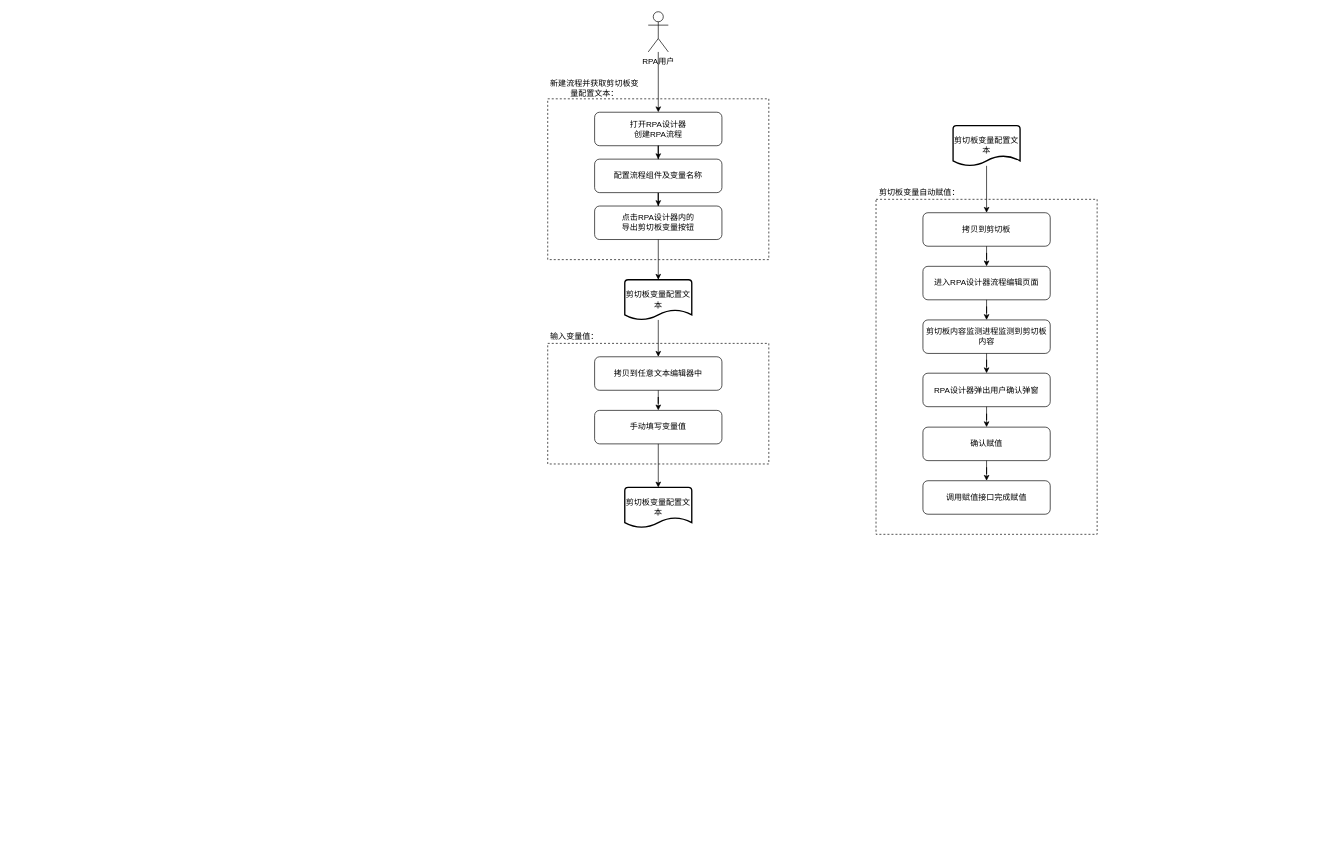
Earlier version of the draw.io diagram 剪切板快速赋值RPA流程变量实施例图.drawio (ColonelDarcy2018/excelsior). Source tidied: cells renumbered, new cells numbered last; positions are measured from the earlier drawing's top-left corner, leaving out a move shared by most shapes. Both pictures are drawn from the tidied source at 67%, with x=0, y=0 at pixel (547, 11).
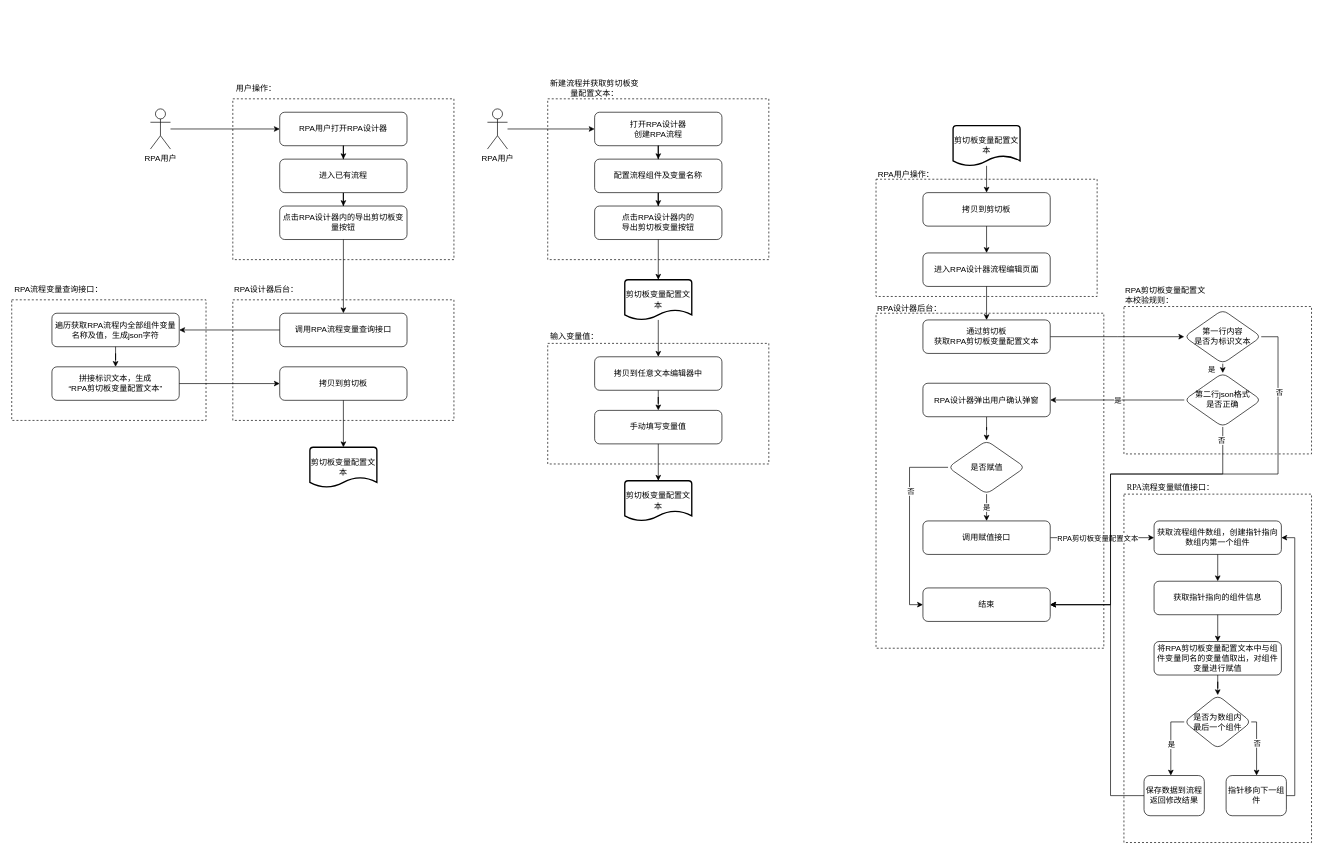
After the change.

Commit message (it also covers changes not shown here):
更新剪切板快速赋值RPA流程变量实施例图.drawio

Change to the diagram source:
```diff
@@
-    <mxCell id="2" style="group;" parent="1" vertex="1">
-      <mxGeometry x="490" y="260" width="330" height="520" as="geometry" />
-    </mxCell>
-    <mxCell id="3" value="剪切板变量自动赋值：" style="text;html=1;strokeColor=none;fillColor=none;align=center;verticalAlign=middle;whiteSpace=wrap;rounded=0;rotation=0;horizontal=1;" parent="2" vertex="1">
-      <mxGeometry width="130" height="20" as="geometry" />
-    </mxCell>
-    <mxCell id="4" style="rounded=0;whiteSpace=wrap;html=1;dashed=1;" parent="2" vertex="1">
-      <mxGeometry y="20" width="330" height="500" as="geometry" />
-    </mxCell>
-    <mxCell id="5" value="拷贝到剪切板" style="rounded=1;whiteSpace=wrap;html=1;" parent="2" vertex="1">
-      <mxGeometry x="70" y="40" width="190" height="50" as="geometry" />
-    </mxCell>
-    <mxCell id="6" value="进入RPA设计器流程编辑页面" style="rounded=1;whiteSpace=wrap;html=1;" parent="2" vertex="1">
-      <mxGeometry x="70" y="120" width="190" height="50" as="geometry" />
-    </mxCell>
-    <mxCell id="7" style="edgeStyle=orthogonalEdgeStyle;rounded=0;jettySize=auto;html=1;" parent="2" edge="1" source="5" target="6">
-      <mxGeometry relative="1" as="geometry" />
-    </mxCell>
-    <mxCell id="8" value="剪切板内容监测进程监测到剪切板内容" style="rounded=1;whiteSpace=wrap;html=1;" parent="2" vertex="1">
-      <mxGeometry x="70" y="200" width="190" height="50" as="geometry" />
-    </mxCell>
-    <mxCell id="9" style="edgeStyle=orthogonalEdgeStyle;rounded=0;jettySize=auto;html=1;" parent="2" edge="1" source="6" target="8">
-      <mxGeometry relative="1" as="geometry" />
-    </mxCell>
-    <mxCell id="10" value="RPA设计器弹出用户确认弹窗" style="rounded=1;whiteSpace=wrap;html=1;" parent="2" vertex="1">
-      <mxGeometry x="70" y="279.5" width="190" height="50" as="geometry" />
-    </mxCell>
-    <mxCell id="11" style="edgeStyle=orthogonalEdgeStyle;rounded=0;jettySize=auto;html=1;entryX=0.5;entryY=0;entryDx=0;entryDy=0;" parent="2" edge="1" source="8" target="10">
-      <mxGeometry relative="1" as="geometry" />
-    </mxCell>
-    <mxCell id="12" value="确认赋值" style="rounded=1;whiteSpace=wrap;html=1;" parent="2" vertex="1">
-      <mxGeometry x="70" y="360" width="190" height="50" as="geometry" />
-    </mxCell>
-    <mxCell id="13" style="edgeStyle=orthogonalEdgeStyle;rounded=0;jettySize=auto;html=1;entryX=0.5;entryY=0;entryDx=0;entryDy=0;" parent="2" edge="1" source="10" target="12">
-      <mxGeometry relative="1" as="geometry" />
-    </mxCell>
-    <mxCell id="14" value="调用赋值接口完成赋值" style="rounded=1;whiteSpace=wrap;html=1;" parent="2" vertex="1">
-      <mxGeometry x="70" y="440" width="190" height="50" as="geometry" />
-    </mxCell>
-    <mxCell id="15" style="edgeStyle=orthogonalEdgeStyle;rounded=0;jettySize=auto;html=1;entryX=0.5;entryY=0;entryDx=0;entryDy=0;" parent="2" edge="1" source="12" target="14">
-      <mxGeometry relative="1" as="geometry" />
-    </mxCell>
+    <mxCell id="40" style="group;" parent="1" vertex="1">
+      <mxGeometry x="860" y="410" width="280" height="250" as="geometry" />
+    </mxCell>
+    <mxCell id="41" style="rounded=0;whiteSpace=wrap;html=1;dashed=1;" parent="40" vertex="1">
+      <mxGeometry y="30" width="280" height="220" as="geometry" />
+    </mxCell>
+    <mxCell id="42" value="RPA剪切板变量配置文本校验规则：" style="text;html=1;strokeColor=none;fillColor=none;align=left;verticalAlign=middle;whiteSpace=wrap;rounded=0;rotation=0;horizontal=1;" parent="40" vertex="1">
+      <mxGeometry width="130" height="25" as="geometry" />
+    </mxCell>
+    <mxCell id="43" value="第二行json格式&lt;br&gt;是否正确" style="rhombus;whiteSpace=wrap;html=1;rounded=1;" parent="40" vertex="1">
+      <mxGeometry x="90" y="129.2" width="115" height="80.5" as="geometry" />
+    </mxCell>
+    <mxCell id="44" style="edgeStyle=orthogonalEdgeStyle;rounded=0;jettySize=auto;html=1;" parent="40" edge="1" source="46" target="43">
+      <mxGeometry relative="1" as="geometry">
+        <Array as="points">
+          <mxPoint x="147" y="130" />
+          <mxPoint x="147" y="130" />
+        </Array>
+      </mxGeometry>
+    </mxCell>
+    <mxCell id="45" value="是" style="edgeLabel;html=1;align=center;verticalAlign=middle;" parent="44" vertex="1">
+      <mxGeometry x="0.19" relative="1" as="geometry">
+        <mxPoint x="-17" as="offset" />
+      </mxGeometry>
+    </mxCell>
+    <mxCell id="46" value="第一行内容&lt;br&gt;是否为标识文本" style="rhombus;whiteSpace=wrap;html=1;rounded=1;" parent="40" vertex="1">
+      <mxGeometry x="90" y="34.8" width="115" height="80.5" as="geometry" />
+    </mxCell>
+    <mxCell id="47" style="group;" parent="1" vertex="1">
+      <mxGeometry x="-800" y="400" width="290" height="210" as="geometry" />
+    </mxCell>
+    <mxCell id="48" style="rounded=0;whiteSpace=wrap;html=1;dashed=1;" parent="47" vertex="1">
+      <mxGeometry y="30" width="290" height="180" as="geometry" />
+    </mxCell>
+    <mxCell id="49" value="RPA流程变量查询接口：" style="text;html=1;strokeColor=none;fillColor=none;align=center;verticalAlign=middle;whiteSpace=wrap;rounded=0;rotation=0;horizontal=1;" parent="47" vertex="1">
+      <mxGeometry width="140" height="30" as="geometry" />
+    </mxCell>
+    <mxCell id="50" value="遍历获取RPA流程内全部组件变量名称及值，生成json字符" style="rounded=1;whiteSpace=wrap;html=1;" parent="47" vertex="1">
+      <mxGeometry x="60" y="50" width="190" height="50" as="geometry" />
+    </mxCell>
+    <mxCell id="51" value="拼接标识文本，生成&lt;br style=&quot;border-color: var(--border-color);&quot;&gt;“RPA剪切板变量配置文本”" style="rounded=1;whiteSpace=wrap;html=1;" parent="47" vertex="1">
+      <mxGeometry x="60" y="130" width="190" height="50" as="geometry" />
+    </mxCell>
+    <mxCell id="52" style="edgeStyle=orthogonalEdgeStyle;rounded=0;jettySize=auto;html=1;" parent="47" edge="1" source="50" target="51">
+      <mxGeometry relative="1" as="geometry" />
+    </mxCell>
+    <mxCell id="53" style="group;" parent="1" vertex="1">
+      <mxGeometry x="-470" y="100" width="330" height="270" as="geometry" />
+    </mxCell>
+    <mxCell id="54" style="rounded=0;whiteSpace=wrap;html=1;dashed=1;" parent="53" vertex="1">
+      <mxGeometry y="30" width="330" height="240" as="geometry" />
+    </mxCell>
+    <mxCell id="55" value="用户操作：" style="text;html=1;strokeColor=none;fillColor=none;align=center;verticalAlign=middle;whiteSpace=wrap;rounded=0;rotation=0;horizontal=1;" parent="53" vertex="1">
+      <mxGeometry width="70" height="30" as="geometry" />
+    </mxCell>
+    <mxCell id="56" value="RPA用户打开RPA设计器" style="rounded=1;whiteSpace=wrap;html=1;" parent="53" vertex="1">
+      <mxGeometry x="70" y="50" width="190" height="50" as="geometry" />
+    </mxCell>
+    <mxCell id="57" value="点击RPA设计器内的导出剪切板变量按钮" style="rounded=1;whiteSpace=wrap;html=1;" parent="53" vertex="1">
+      <mxGeometry x="70" y="190" width="190" height="50" as="geometry" />
+    </mxCell>
+    <mxCell id="58" style="edgeStyle=orthogonalEdgeStyle;rounded=0;jettySize=auto;html=1;" parent="53" edge="1" source="59" target="57">
+      <mxGeometry relative="1" as="geometry" />
+    </mxCell>
+    <mxCell id="59" value="进入已有流程" style="rounded=1;whiteSpace=wrap;html=1;" parent="53" vertex="1">
+      <mxGeometry x="70" y="120" width="190" height="50" as="geometry" />
+    </mxCell>
+    <mxCell id="60" style="edgeStyle=orthogonalEdgeStyle;rounded=0;jettySize=auto;html=1;" parent="53" edge="1" source="56" target="59">
+      <mxGeometry relative="1" as="geometry" />
+    </mxCell>
+    <mxCell id="61" style="group;" parent="1" vertex="1">
+      <mxGeometry x="860" y="700" width="291" height="540" as="geometry" />
+    </mxCell>
+    <mxCell id="62" style="rounded=0;whiteSpace=wrap;html=1;dashed=1;rotation=0;" parent="61" vertex="1">
+      <mxGeometry y="20" width="280" height="520" as="geometry">
+        <mxPoint x="11" as="offset" />
+      </mxGeometry>
+    </mxCell>
+    <mxCell id="63" value="&lt;p style=&quot;margin: 0pt 0pt 0.0001pt; text-align: start; font-size: 12px;&quot; class=&quot;MsoNormal&quot;&gt;&lt;font face=&quot;Times New Roman&quot; style=&quot;font-size: 12px;&quot;&gt;RPA流程变量赋值接口：&lt;/font&gt;&lt;br style=&quot;font-size: 12px;&quot;&gt;&lt;/p&gt;" style="text;html=1;strokeColor=none;fillColor=none;align=center;verticalAlign=middle;whiteSpace=wrap;rounded=0;fontSize=12;" parent="61" vertex="1">
+      <mxGeometry width="140" height="20" as="geometry" />
+    </mxCell>
+    <mxCell id="64" value="是否为数组内&lt;br&gt;最后一个组件" style="rhombus;whiteSpace=wrap;html=1;rounded=1;" parent="61" vertex="1">
+      <mxGeometry x="90" y="320" width="100" height="80" as="geometry" />
+    </mxCell>
+    <mxCell id="65" value="指针移向下一组件" style="rounded=1;whiteSpace=wrap;html=1;" parent="61" vertex="1">
+      <mxGeometry x="152.5" y="440" width="90" height="60" as="geometry" />
+    </mxCell>
+    <mxCell id="66" style="edgeStyle=orthogonalEdgeStyle;rounded=0;jettySize=auto;html=1;" parent="61" edge="1" source="64" target="65">
+      <mxGeometry relative="1" as="geometry">
+        <Array as="points">
+          <mxPoint x="198" y="360" />
+        </Array>
+      </mxGeometry>
+    </mxCell>
+    <mxCell id="67" value="否" style="edgeLabel;html=1;align=center;verticalAlign=middle;" parent="66" vertex="1">
+      <mxGeometry x="-0.12" relative="1" as="geometry" />
+    </mxCell>
+    <mxCell id="68" value="保存数据到流程&lt;br&gt;返回修改结果" style="rounded=1;whiteSpace=wrap;html=1;" parent="61" vertex="1">
+      <mxGeometry x="30" y="440" width="90" height="60" as="geometry" />
+    </mxCell>
+    <mxCell id="69" style="edgeStyle=orthogonalEdgeStyle;rounded=0;jettySize=auto;html=1;exitX=0;exitY=0.5;exitDx=0;exitDy=0;" parent="61" edge="1" source="64" target="68">
+      <mxGeometry relative="1" as="geometry">
+        <Array as="points">
+          <mxPoint x="70" y="360" />
+        </Array>
+      </mxGeometry>
+    </mxCell>
+    <mxCell id="70" value="是" style="edgeLabel;html=1;align=center;verticalAlign=middle;" parent="69" vertex="1">
+      <mxGeometry x="0.06" relative="1" as="geometry" />
+    </mxCell>
+    <mxCell id="71" value="获取流程组件数组，创建指针指向数组内第一个组件" style="rounded=1;whiteSpace=wrap;html=1;" parent="61" vertex="1">
+      <mxGeometry x="45" y="60" width="190" height="50" as="geometry" />
+    </mxCell>
+    <mxCell id="72" style="edgeStyle=orthogonalEdgeStyle;rounded=0;jettySize=auto;html=1;entryX=1;entryY=0.5;entryDx=0;entryDy=0;" parent="61" edge="1" source="65" target="71">
+      <mxGeometry relative="1" as="geometry">
+        <Array as="points">
+          <mxPoint x="255" y="470" />
+          <mxPoint x="255" y="85" />
+        </Array>
+      </mxGeometry>
+    </mxCell>
+    <mxCell id="73" value="获取指针指向的组件信息" style="rounded=1;whiteSpace=wrap;html=1;" parent="61" vertex="1">
+      <mxGeometry x="45" y="150" width="190" height="50" as="geometry" />
+    </mxCell>
+    <mxCell id="74" style="edgeStyle=orthogonalEdgeStyle;rounded=0;jettySize=auto;html=1;" parent="61" edge="1" source="71" target="73">
+      <mxGeometry relative="1" as="geometry" />
+    </mxCell>
+    <mxCell id="75" style="edgeStyle=orthogonalEdgeStyle;rounded=0;jettySize=auto;html=1;" parent="61" edge="1" source="76" target="64">
+      <mxGeometry relative="1" as="geometry" />
+    </mxCell>
+    <mxCell id="76" value="将RPA剪切板变量配置文本中与组件变量同名的变量值取出，对组件变量进行赋值" style="rounded=1;whiteSpace=wrap;html=1;" parent="61" vertex="1">
+      <mxGeometry x="45" y="240" width="190" height="50" as="geometry" />
+    </mxCell>
+    <mxCell id="77" style="edgeStyle=orthogonalEdgeStyle;rounded=0;jettySize=auto;html=1;" parent="61" edge="1" source="73" target="76">
+      <mxGeometry relative="1" as="geometry" />
+    </mxCell>
+    <mxCell id="78" style="rounded=0;whiteSpace=wrap;html=1;dashed=1;" parent="1" vertex="1">
+      <mxGeometry x="490" y="250" width="330" height="175" as="geometry" />
+    </mxCell>
@@
     <mxCell id="32" value="RPA用户&lt;br&gt;" style="shape=umlActor;verticalLabelPosition=bottom;verticalAlign=top;html=1;outlineConnect=0;" parent="1" vertex="1">
-      <mxGeometry x="150" width="30" height="60" as="geometry" />
+      <mxGeometry x="-90" y="145" width="30" height="60" as="geometry" />
     </mxCell>
@@
     <mxCell id="36" value="剪切板变量配置文本" style="strokeWidth=2;html=1;shape=mxgraph.flowchart.document2;whiteSpace=wrap;size=0.25;" parent="1" vertex="1">
-      <mxGeometry x="115" y="710" width="100" height="60" as="geometry" />
+      <mxGeometry x="115" y="700" width="100" height="60" as="geometry" />
     </mxCell>
@@
+    <mxCell id="3" value="RPA设计器后台：" style="text;html=1;strokeColor=none;fillColor=none;align=center;verticalAlign=middle;whiteSpace=wrap;rounded=0;rotation=0;horizontal=1;" parent="1" vertex="1">
+      <mxGeometry x="490" y="435" width="100" height="15" as="geometry" />
+    </mxCell>
+    <mxCell id="4" style="rounded=0;whiteSpace=wrap;html=1;dashed=1;" parent="1" vertex="1">
+      <mxGeometry x="490" y="450" width="340" height="500" as="geometry" />
+    </mxCell>
+    <mxCell id="5" value="拷贝到剪切板" style="rounded=1;whiteSpace=wrap;html=1;" parent="1" vertex="1">
+      <mxGeometry x="560" y="270" width="190" height="50" as="geometry" />
+    </mxCell>
+    <mxCell id="6" value="进入RPA设计器流程编辑页面" style="rounded=1;whiteSpace=wrap;html=1;" parent="1" vertex="1">
+      <mxGeometry x="560" y="360" width="190" height="50" as="geometry" />
+    </mxCell>
+    <mxCell id="7" style="edgeStyle=orthogonalEdgeStyle;rounded=0;jettySize=auto;html=1;" parent="1" edge="1" source="5" target="6">
+      <mxGeometry relative="1" as="geometry" />
+    </mxCell>
+    <mxCell id="79" style="edgeStyle=orthogonalEdgeStyle;rounded=0;jettySize=auto;html=1;entryX=0;entryY=0.5;entryDx=0;entryDy=0;" parent="1" edge="1" source="8" target="46">
+      <mxGeometry relative="1" as="geometry" />
+    </mxCell>
+    <mxCell id="8" value="通过剪切板&lt;br&gt;获取RPA剪切板变量配置文本" style="rounded=1;whiteSpace=wrap;html=1;" parent="1" vertex="1">
+      <mxGeometry x="560" y="460" width="190" height="50" as="geometry" />
+    </mxCell>
+    <mxCell id="9" style="edgeStyle=orthogonalEdgeStyle;rounded=0;jettySize=auto;html=1;" parent="1" edge="1" source="6" target="8">
+      <mxGeometry relative="1" as="geometry" />
+    </mxCell>
+    <mxCell id="80" style="edgeStyle=orthogonalEdgeStyle;rounded=0;jettySize=auto;html=1;" parent="1" edge="1" source="10" target="92">
+      <mxGeometry relative="1" as="geometry" />
+    </mxCell>
+    <mxCell id="10" value="RPA设计器弹出用户确认弹窗" style="rounded=1;whiteSpace=wrap;html=1;" parent="1" vertex="1">
+      <mxGeometry x="560" y="554.5" width="190" height="50" as="geometry" />
+    </mxCell>
+    <mxCell id="81" style="edgeStyle=orthogonalEdgeStyle;rounded=0;jettySize=auto;html=1;entryX=0;entryY=0.5;entryDx=0;entryDy=0;" parent="1" edge="1" source="14" target="71">
+      <mxGeometry relative="1" as="geometry" />
+    </mxCell>
+    <mxCell id="82" value="RPA剪切板变量配置文本" style="edgeLabel;html=1;align=center;verticalAlign=middle;" parent="81" vertex="1">
+      <mxGeometry x="-0.2" y="-2" relative="1" as="geometry">
+        <mxPoint x="8" y="-2" as="offset" />
+      </mxGeometry>
+    </mxCell>
+    <mxCell id="14" value="调用赋值接口" style="rounded=1;whiteSpace=wrap;html=1;" parent="1" vertex="1">
+      <mxGeometry x="560" y="760" width="190" height="50" as="geometry" />
+    </mxCell>
+    <mxCell id="83" value="RPA用户操作：" style="text;html=1;strokeColor=none;fillColor=none;align=center;verticalAlign=middle;whiteSpace=wrap;rounded=0;rotation=0;horizontal=1;" parent="1" vertex="1">
+      <mxGeometry x="490" y="235" width="90" height="15" as="geometry" />
+    </mxCell>
+    <mxCell id="84" style="edgeStyle=orthogonalEdgeStyle;rounded=0;jettySize=auto;html=1;" parent="1" edge="1" source="43" target="10">
+      <mxGeometry relative="1" as="geometry" />
+    </mxCell>
+    <mxCell id="85" value="是" style="edgeLabel;html=1;align=center;verticalAlign=middle;" parent="84" vertex="1">
+      <mxGeometry x="-0.37" y="3" relative="1" as="geometry">
+        <mxPoint x="-37" y="-3" as="offset" />
+      </mxGeometry>
+    </mxCell>
+    <mxCell id="86" value="结束" style="rounded=1;whiteSpace=wrap;html=1;" parent="1" vertex="1">
+      <mxGeometry x="560" y="860" width="190" height="50" as="geometry" />
+    </mxCell>
+    <mxCell id="87" style="edgeStyle=orthogonalEdgeStyle;rounded=0;jettySize=auto;html=1;entryX=1;entryY=0.5;entryDx=0;entryDy=0;" parent="1" edge="1" source="43" target="86">
+      <mxGeometry relative="1" as="geometry">
+        <Array as="points">
+          <mxPoint x="1008" y="690" />
+          <mxPoint x="840" y="690" />
+          <mxPoint x="840" y="885" />
+        </Array>
+      </mxGeometry>
+    </mxCell>
+    <mxCell id="88" value="否" style="edgeLabel;html=1;align=center;verticalAlign=middle;" parent="87" vertex="1">
+      <mxGeometry x="-0.93" y="2" relative="1" as="geometry">
+        <mxPoint x="-4" y="2" as="offset" />
+      </mxGeometry>
+    </mxCell>
+    <mxCell id="89" style="edgeStyle=orthogonalEdgeStyle;rounded=0;jettySize=auto;html=1;entryX=0;entryY=0.5;entryDx=0;entryDy=0;exitX=0;exitY=0.5;exitDx=0;exitDy=0;" parent="1" edge="1" source="92" target="86">
+      <mxGeometry relative="1" as="geometry">
+        <Array as="points">
+          <mxPoint x="540" y="680" />
+          <mxPoint x="540" y="885" />
+        </Array>
+      </mxGeometry>
+    </mxCell>
+    <mxCell id="90" value="否" style="edgeLabel;html=1;align=center;verticalAlign=middle;" parent="89" vertex="1">
+      <mxGeometry x="-0.34" y="1" relative="1" as="geometry" />
+    </mxCell>
+    <mxCell id="91" value="是" style="edgeStyle=orthogonalEdgeStyle;rounded=0;jettySize=auto;html=1;" parent="1" edge="1" source="92" target="14">
+      <mxGeometry relative="1" as="geometry" />
+    </mxCell>
+    <mxCell id="92" value="是否赋值" style="rhombus;whiteSpace=wrap;html=1;rounded=1;" parent="1" vertex="1">
+      <mxGeometry x="597.5" y="640" width="115" height="80" as="geometry" />
+    </mxCell>
+    <mxCell id="93" style="edgeStyle=orthogonalEdgeStyle;rounded=0;jettySize=auto;html=1;entryX=1;entryY=0.5;entryDx=0;entryDy=0;" parent="1" edge="1" source="68" target="86">
+      <mxGeometry relative="1" as="geometry">
+        <Array as="points">
+          <mxPoint x="840" y="1170" />
+          <mxPoint x="840" y="885" />
+        </Array>
+      </mxGeometry>
+    </mxCell>
+    <mxCell id="94" style="edgeStyle=orthogonalEdgeStyle;rounded=0;jettySize=auto;html=1;" parent="1" edge="1" source="95" target="56">
+      <mxGeometry relative="1" as="geometry" />
+    </mxCell>
+    <mxCell id="95" value="RPA用户&lt;br&gt;" style="shape=umlActor;verticalLabelPosition=bottom;verticalAlign=top;html=1;outlineConnect=0;" parent="1" vertex="1">
+      <mxGeometry x="-593" y="145" width="30" height="60" as="geometry" />
+    </mxCell>
+    <mxCell id="96" value="剪切板变量配置文本" style="strokeWidth=2;html=1;shape=mxgraph.flowchart.document2;whiteSpace=wrap;size=0.25;" parent="1" vertex="1">
+      <mxGeometry x="-355" y="650" width="100" height="60" as="geometry" />
+    </mxCell>
+    <mxCell id="97" style="group;" parent="1" vertex="1">
+      <mxGeometry x="-470" y="400" width="330" height="210" as="geometry" />
+    </mxCell>
+    <mxCell id="98" style="rounded=0;whiteSpace=wrap;html=1;dashed=1;" parent="97" vertex="1">
+      <mxGeometry y="30" width="330" height="180" as="geometry" />
+    </mxCell>
+    <mxCell id="99" value="RPA设计器后台：" style="text;html=1;strokeColor=none;fillColor=none;align=center;verticalAlign=middle;whiteSpace=wrap;rounded=0;rotation=0;horizontal=1;" parent="97" vertex="1">
+      <mxGeometry width="100" height="30" as="geometry" />
+    </mxCell>
+    <mxCell id="100" value="调用RPA流程变量查询接口" style="rounded=1;whiteSpace=wrap;html=1;" parent="97" vertex="1">
+      <mxGeometry x="70" y="50" width="190" height="50" as="geometry" />
+    </mxCell>
+    <mxCell id="101" value="拷贝到剪切板" style="rounded=1;whiteSpace=wrap;html=1;" parent="97" vertex="1">
+      <mxGeometry x="70" y="130" width="190" height="50" as="geometry" />
+    </mxCell>
+    <mxCell id="102" style="edgeStyle=orthogonalEdgeStyle;rounded=0;jettySize=auto;html=1;" parent="1" edge="1" source="100" target="50">
+      <mxGeometry relative="1" as="geometry" />
+    </mxCell>
+    <mxCell id="103" style="edgeStyle=orthogonalEdgeStyle;rounded=0;jettySize=auto;html=1;" parent="1" edge="1" source="51" target="101">
+      <mxGeometry relative="1" as="geometry" />
+    </mxCell>
+    <mxCell id="104" style="edgeStyle=orthogonalEdgeStyle;rounded=0;jettySize=auto;html=1;" parent="1" edge="1" source="101" target="96">
+      <mxGeometry relative="1" as="geometry" />
+    </mxCell>
+    <mxCell id="105" style="edgeStyle=orthogonalEdgeStyle;rounded=0;jettySize=auto;html=1;" parent="1" edge="1" source="57" target="100">
+      <mxGeometry relative="1" as="geometry" />
+    </mxCell>
+    <mxCell id="106" style="edgeStyle=orthogonalEdgeStyle;rounded=0;jettySize=auto;html=1;entryX=1;entryY=0.5;entryDx=0;entryDy=0;" parent="1" edge="1" source="46" target="86">
+      <mxGeometry relative="1" as="geometry">
+        <Array as="points">
+          <mxPoint x="1090" y="485" />
+          <mxPoint x="1090" y="690" />
+          <mxPoint x="840" y="690" />
+          <mxPoint x="840" y="885" />
+        </Array>
+      </mxGeometry>
+    </mxCell>
+    <mxCell id="107" value="否" style="edgeLabel;html=1;align=center;verticalAlign=middle;" parent="106" vertex="1">
+      <mxGeometry x="-0.72" y="1" relative="1" as="geometry" />
+    </mxCell>
```
